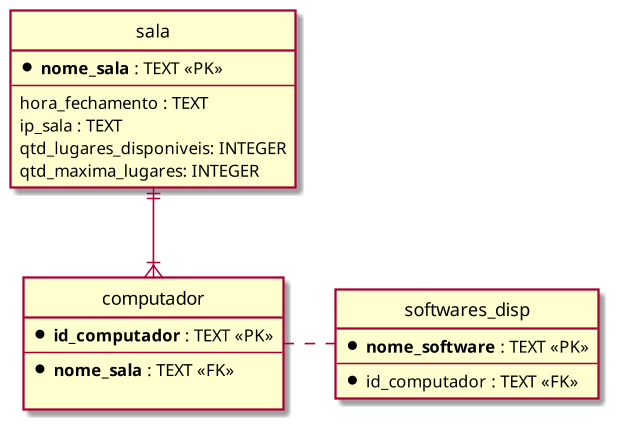
The PlantUML diagram imgs/diagramo_rel.png in sociedade-do-pastel/softeiros, before a commit.
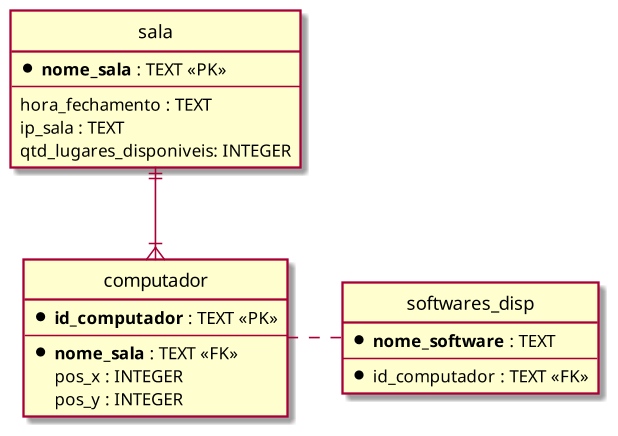
The same diagram one commit later.

Commit message:
Aprimorado wrapper do database e corrigidos diagramas

Change to the diagram source:
```diff
@@ -7,18 +7,18 @@
 	hora_fechamento : TEXT
 	ip_sala : TEXT
 	qtd_lugares_disponiveis: INTEGER
-	qtd_maxima_lugares: INTEGER
 }
 
 entity computador {
 	* **id_computador** : TEXT <<PK>>
 	--
 	* **nome_sala** : TEXT <<FK>>
-
+	pos_x : INTEGER
+	pos_y : INTEGER
 }
 
 entity softwares_disp {
-	* **nome_software** : TEXT <<PK>>
+	* **nome_software** : TEXT
 	--
 	* id_computador : TEXT <<FK>>
 }
```
